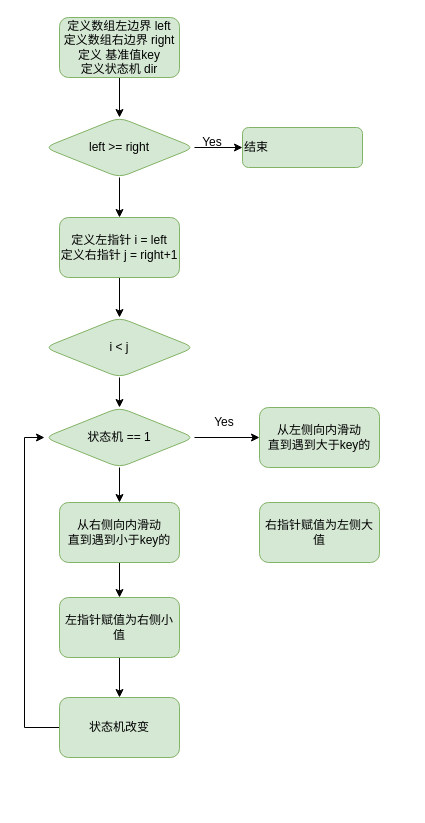
Earlier version of the draw.io diagram InviteMatch.drawio (HonyoLAN/telmy). Source tidied: cells renumbered, new cells numbered last; positions are measured from the earlier drawing's top-left corner, leaving out a move shared by most shapes. Both pictures are drawn from the tidied source at 100%, with x=0, y=0 at pixel (44, 17).
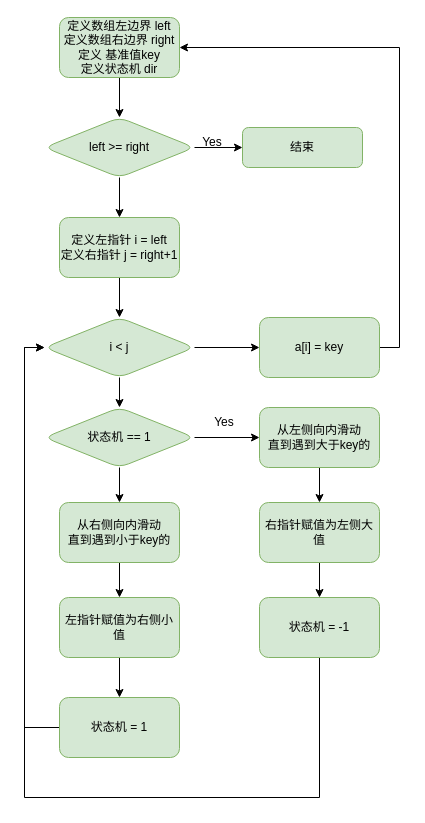
After the change.

Unchanged cells that the change refers to:
```xml
<mxCell id="3" value="定义数组左边界 left&lt;br&gt;定义数组右边界&amp;nbsp;right&lt;br&gt;定义 基准值key&lt;br&gt;定义状态机 dir" style="rounded=1;whiteSpace=wrap;html=1;align=center;fillColor=#d5e8d4;strokeColor=#82b366;" parent="1" vertex="1">
  <mxGeometry x="15" width="120" height="60" as="geometry" />
</mxCell>
<mxCell id="12" value="i &amp;lt; j" style="rhombus;whiteSpace=wrap;html=1;align=center;fillColor=#d5e8d4;strokeColor=#82b366;rounded=1;" parent="1" vertex="1">
  <mxGeometry y="300" width="150" height="60" as="geometry" />
</mxCell>
<mxCell id="15" value="状态机 == 1" style="rhombus;whiteSpace=wrap;html=1;align=center;fillColor=#d5e8d4;strokeColor=#82b366;rounded=1;" parent="1" vertex="1">
  <mxGeometry y="390" width="150" height="60" as="geometry" />
</mxCell>
<mxCell id="20" value="从左侧向内滑动&lt;br&gt;直到遇到大于key的" style="rounded=1;whiteSpace=wrap;html=1;align=center;fillColor=#d5e8d4;strokeColor=#82b366;" parent="1" vertex="1">
  <mxGeometry x="215" y="390" width="120" height="60" as="geometry" />
</mxCell>
<mxCell id="24" value="右指针赋值为左侧大值" style="rounded=1;whiteSpace=wrap;html=1;align=center;fillColor=#d5e8d4;strokeColor=#82b366;" parent="1" vertex="1">
  <mxGeometry x="215" y="485" width="120" height="60" as="geometry" />
</mxCell>
```

Change to the diagram source:
```diff
@@
-    <mxCell id="9" value="结束" style="rounded=1;whiteSpace=wrap;html=1;align=left;fillColor=#d5e8d4;strokeColor=#82b366;" parent="1" vertex="1">
+    <mxCell id="9" value="结束" style="rounded=1;whiteSpace=wrap;html=1;align=center;fillColor=#d5e8d4;strokeColor=#82b366;" parent="1" vertex="1">
       <mxGeometry x="198" y="110" width="120" height="40" as="geometry" />
     </mxCell>
@@
+    <mxCell id="25" style="edgeStyle=orthogonalEdgeStyle;rounded=0;jettySize=auto;html=1;" parent="1" edge="1" source="12" target="31">
+      <mxGeometry relative="1" as="geometry" />
+    </mxCell>
@@
-    <mxCell id="18" style="edgeStyle=orthogonalEdgeStyle;rounded=0;jettySize=auto;html=1;exitX=0;exitY=0.5;exitDx=0;exitDy=0;entryX=0;entryY=0.5;entryDx=0;entryDy=0;" parent="1" edge="1" source="19" target="15">
+    <mxCell id="18" style="edgeStyle=orthogonalEdgeStyle;rounded=0;jettySize=auto;html=1;exitX=0;exitY=0.5;exitDx=0;exitDy=0;entryX=0;entryY=0.5;entryDx=0;entryDy=0;" parent="1" edge="1" source="19" target="12">
       <mxGeometry relative="1" as="geometry" />
     </mxCell>
-    <mxCell id="19" value="状态机改变" style="rounded=1;whiteSpace=wrap;html=1;align=center;fillColor=#d5e8d4;strokeColor=#82b366;" parent="1" vertex="1">
+    <mxCell id="19" value="状态机 = 1" style="rounded=1;whiteSpace=wrap;html=1;align=center;fillColor=#d5e8d4;strokeColor=#82b366;" parent="1" vertex="1">
       <mxGeometry x="15" y="680" width="120" height="60" as="geometry" />
     </mxCell>
+    <mxCell id="26" style="edgeStyle=orthogonalEdgeStyle;rounded=0;jettySize=auto;html=1;" parent="1" edge="1" source="20" target="24">
+      <mxGeometry relative="1" as="geometry" />
+    </mxCell>
@@
+    <mxCell id="27" style="edgeStyle=orthogonalEdgeStyle;rounded=0;jettySize=auto;html=1;" parent="1" edge="1" source="24" target="29">
+      <mxGeometry relative="1" as="geometry" />
+    </mxCell>
@@
+    <mxCell id="28" style="edgeStyle=orthogonalEdgeStyle;rounded=0;jettySize=auto;html=1;exitX=0.5;exitY=1;exitDx=0;exitDy=0;entryX=0;entryY=0.5;entryDx=0;entryDy=0;" parent="1" edge="1" source="29" target="12">
+      <mxGeometry relative="1" as="geometry">
+        <Array as="points">
+          <mxPoint x="275" y="780" />
+          <mxPoint x="-20" y="780" />
+          <mxPoint x="-20" y="330" />
+        </Array>
+      </mxGeometry>
+    </mxCell>
+    <mxCell id="29" value="状态机 = -1" style="rounded=1;whiteSpace=wrap;html=1;align=center;fillColor=#d5e8d4;strokeColor=#82b366;" parent="1" vertex="1">
+      <mxGeometry x="215" y="580" width="120" height="60" as="geometry" />
+    </mxCell>
+    <mxCell id="30" style="edgeStyle=orthogonalEdgeStyle;rounded=0;jettySize=auto;html=1;exitX=1;exitY=0.5;exitDx=0;exitDy=0;entryX=1;entryY=0.5;entryDx=0;entryDy=0;" parent="1" edge="1" source="31" target="3">
+      <mxGeometry relative="1" as="geometry" />
+    </mxCell>
+    <mxCell id="31" value="a[i] = key" style="rounded=1;whiteSpace=wrap;html=1;align=center;fillColor=#d5e8d4;strokeColor=#82b366;" parent="1" vertex="1">
+      <mxGeometry x="215" y="300" width="120" height="60" as="geometry" />
+    </mxCell>
```
